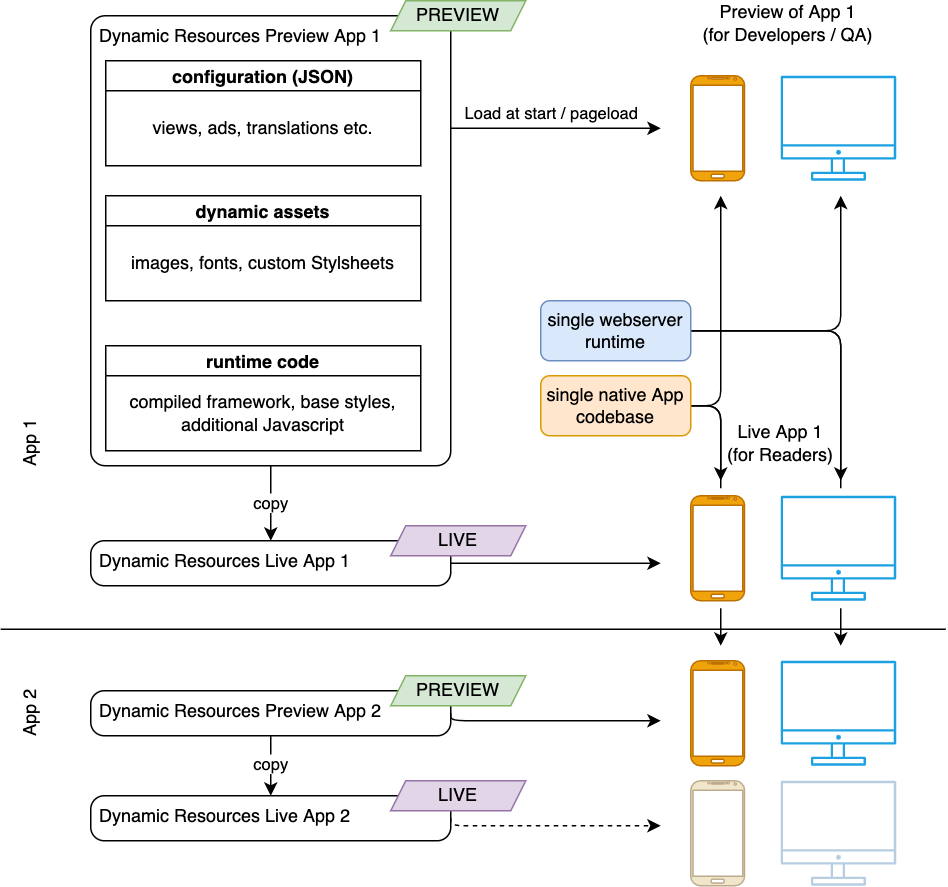
Above: ba-text/pics/experience_resources.drawio.png in lokmeinmatz/ba-docs (draw.io), before the change. Source tidied: cells renumbered, new cells last; positions are measured from the earlier drawing's top-left corner, leaving out a move shared by most shapes.
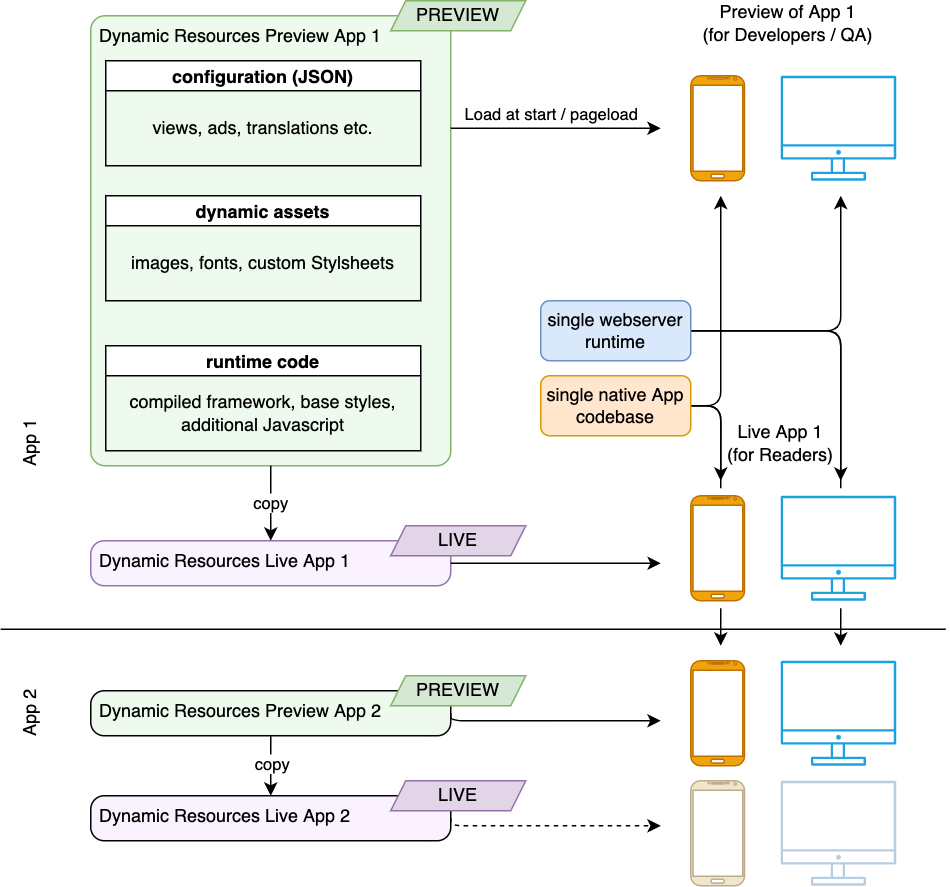
Later version of the same file.

Diff of the diagram source:
```diff
@@ -18,10 +18,10 @@
     <mxCell id="5" style="group;" parent="1" vertex="1">
       <mxGeometry x="70" width="290" height="330" as="geometry" />
     </mxCell>
-    <mxCell id="6" value="Dynamic Resources Preview App 1" style="rounded=1;whiteSpace=wrap;html=1;arcSize=4;align=left;verticalAlign=top;spacingLeft=4;" parent="5" vertex="1">
+    <mxCell id="6" value="Dynamic Resources Preview App 1" style="rounded=1;whiteSpace=wrap;html=1;arcSize=4;align=left;verticalAlign=top;spacingLeft=4;fillColor=#EDFAED;strokeColor=#82b366;" parent="5" vertex="1">
       <mxGeometry y="10" width="240" height="300" as="geometry" />
     </mxCell>
-    <mxCell id="7" value="configuration (JSON)" style="swimlane;startSize=20;" parent="5" vertex="1">
+    <mxCell id="7" value="configuration (JSON)" style="swimlane;startSize=20;fillColor=default;" parent="5" vertex="1">
       <mxGeometry x="10" y="40" width="210" height="70" as="geometry" />
     </mxCell>
     <mxCell id="8" value="views, ads, translations etc." style="text;html=1;strokeColor=none;fillColor=none;align=center;verticalAlign=middle;whiteSpace=wrap;rounded=0;" parent="7" vertex="1">
@@ -45,7 +45,7 @@
     <mxCell id="14" style="group;" parent="1" vertex="1">
       <mxGeometry x="70" y="350" width="290" height="40" as="geometry" />
     </mxCell>
-    <mxCell id="15" value="Dynamic Resources Live App 1" style="rounded=1;whiteSpace=wrap;html=1;arcSize=30;align=left;verticalAlign=top;spacingLeft=4;" parent="14" vertex="1">
+    <mxCell id="15" value="Dynamic Resources Live App 1" style="rounded=1;whiteSpace=wrap;html=1;arcSize=30;align=left;verticalAlign=top;spacingLeft=4;fillColor=#FAF2FF;strokeColor=#9673a6;" parent="14" vertex="1">
       <mxGeometry y="10" width="240" height="30" as="geometry" />
     </mxCell>
     <mxCell id="16" value="LIVE" style="shape=parallelogram;perimeter=parallelogramPerimeter;whiteSpace=wrap;html=1;fixedSize=1;size=10;fillColor=#e1d5e7;strokeColor=#9673a6;" parent="14" vertex="1">
@@ -57,7 +57,7 @@
     <mxCell id="18" style="group;" parent="1" vertex="1">
       <mxGeometry x="70" y="450" width="290" height="40" as="geometry" />
     </mxCell>
-    <mxCell id="19" value="Dynamic Resources Preview App 2" style="rounded=1;whiteSpace=wrap;html=1;arcSize=30;align=left;verticalAlign=top;spacingLeft=4;" parent="18" vertex="1">
+    <mxCell id="19" value="Dynamic Resources Preview App 2" style="rounded=1;whiteSpace=wrap;html=1;arcSize=30;align=left;verticalAlign=top;spacingLeft=4;fillColor=#EDFAED;" parent="18" vertex="1">
       <mxGeometry y="10" width="240" height="30" as="geometry" />
     </mxCell>
     <mxCell id="20" value="PREVIEW" style="shape=parallelogram;perimeter=parallelogramPerimeter;whiteSpace=wrap;html=1;fixedSize=1;size=10;fillColor=#d5e8d4;strokeColor=#82b366;" parent="18" vertex="1">
@@ -66,7 +66,7 @@
     <mxCell id="21" style="group;" parent="1" vertex="1">
       <mxGeometry x="70" y="520" width="290" height="40" as="geometry" />
     </mxCell>
-    <mxCell id="22" value="Dynamic Resources Live App 2" style="rounded=1;whiteSpace=wrap;html=1;arcSize=30;align=left;verticalAlign=top;spacingLeft=4;" parent="21" vertex="1">
+    <mxCell id="22" value="Dynamic Resources Live App 2" style="rounded=1;whiteSpace=wrap;html=1;arcSize=30;align=left;verticalAlign=top;spacingLeft=4;fillColor=#FAF2FF;" parent="21" vertex="1">
       <mxGeometry y="10" width="240" height="30" as="geometry" />
     </mxCell>
     <mxCell id="23" value="LIVE" style="shape=parallelogram;perimeter=parallelogramPerimeter;whiteSpace=wrap;html=1;fixedSize=1;size=10;fillColor=#e1d5e7;strokeColor=#9673a6;" parent="21" vertex="1">
```
